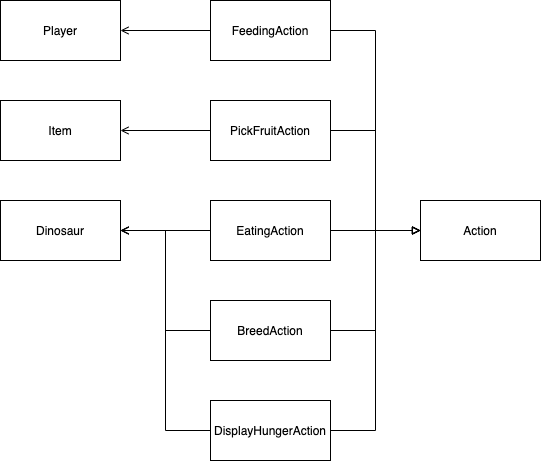
Above: docs/FIT2099_A1_UML_Action.png in Nochl/Jurrasic_Park_Sim (draw.io), before the change. Source tidied: cells renumbered, new cells last; positions are measured from the earlier drawing's top-left corner, leaving out a move shared by most shapes.
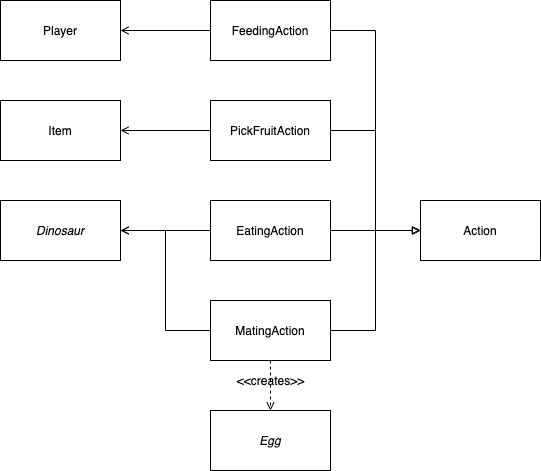
After the change.

Diff of the diagram source:
```diff
@@ -8,7 +8,7 @@
     <mxCell id="3" style="edgeStyle=orthogonalEdgeStyle;rounded=0;jettySize=auto;html=1;entryX=1;entryY=0.5;entryDx=0;entryDy=0;endArrow=open;endFill=0;" parent="1" edge="1" source="4" target="20">
       <mxGeometry relative="1" as="geometry" />
     </mxCell>
-    <mxCell id="4" value="&lt;span&gt;BreedAction&lt;/span&gt;" style="whiteSpace=wrap;html=1;" parent="1" vertex="1">
+    <mxCell id="4" value="&lt;span&gt;MatingAction&lt;/span&gt;" style="whiteSpace=wrap;html=1;" parent="1" vertex="1">
       <mxGeometry x="210" y="300" width="120" height="60" as="geometry" />
     </mxCell>
     <mxCell id="5" style="edgeStyle=orthogonalEdgeStyle;rounded=0;jettySize=auto;html=1;startArrow=none;startFill=0;endArrow=block;endFill=0;" parent="1" edge="1" source="7" target="14">
@@ -41,23 +41,27 @@
     <mxCell id="14" value="Action" style="whiteSpace=wrap;html=1;" parent="1" vertex="1">
       <mxGeometry x="420" y="200" width="120" height="60" as="geometry" />
     </mxCell>
-    <mxCell id="15" style="edgeStyle=orthogonalEdgeStyle;rounded=0;jettySize=auto;html=1;entryX=0;entryY=0.5;entryDx=0;entryDy=0;endArrow=block;endFill=0;" parent="1" edge="1" source="17" target="14">
-      <mxGeometry relative="1" as="geometry" />
-    </mxCell>
-    <mxCell id="16" style="edgeStyle=orthogonalEdgeStyle;rounded=0;jettySize=auto;html=1;entryX=1;entryY=0.5;entryDx=0;entryDy=0;endArrow=open;endFill=0;" parent="1" edge="1" source="17" target="20">
-      <mxGeometry relative="1" as="geometry" />
-    </mxCell>
-    <mxCell id="17" value="DisplayHungerAction" style="whiteSpace=wrap;html=1;" parent="1" vertex="1">
-      <mxGeometry x="210" y="400" width="120" height="60" as="geometry" />
-    </mxCell>
     <mxCell id="18" value="Item" style="whiteSpace=wrap;html=1;" parent="1" vertex="1">
       <mxGeometry y="100" width="120" height="60" as="geometry" />
     </mxCell>
     <mxCell id="19" value="Player" style="whiteSpace=wrap;html=1;" parent="1" vertex="1">
       <mxGeometry width="120" height="60" as="geometry" />
     </mxCell>
-    <mxCell id="20" value="Dinosaur" style="whiteSpace=wrap;html=1;" parent="1" vertex="1">
+    <mxCell id="20" value="&lt;i&gt;Dinosaur&lt;/i&gt;" style="whiteSpace=wrap;html=1;" parent="1" vertex="1">
       <mxGeometry y="200" width="120" height="60" as="geometry" />
     </mxCell>
+    <mxCell id="21" value="&lt;i&gt;Egg&lt;/i&gt;" style="whiteSpace=wrap;html=1;" parent="1" vertex="1">
+      <mxGeometry x="210" y="410" width="120" height="60" as="geometry" />
+    </mxCell>
+    <mxCell id="22" style="edgeStyle=orthogonalEdgeStyle;rounded=0;jettySize=auto;html=1;endArrow=open;endFill=0;exitX=0.5;exitY=1;exitDx=0;exitDy=0;entryX=0.5;entryY=0;entryDx=0;entryDy=0;dashed=1;" parent="1" edge="1" source="4" target="21">
+      <mxGeometry relative="1" as="geometry">
+        <Array as="points">
+          <mxPoint x="270" y="360" />
+        </Array>
+      </mxGeometry>
+    </mxCell>
+    <mxCell id="23" value="&amp;lt;&amp;lt;creates&amp;gt;&amp;gt;" style="text;html=1;align=center;verticalAlign=middle;strokeColor=none;" parent="1" vertex="1">
+      <mxGeometry x="230" y="370" width="80" height="20" as="geometry" />
+    </mxCell>
   </root>
 </mxGraphModel>
```
